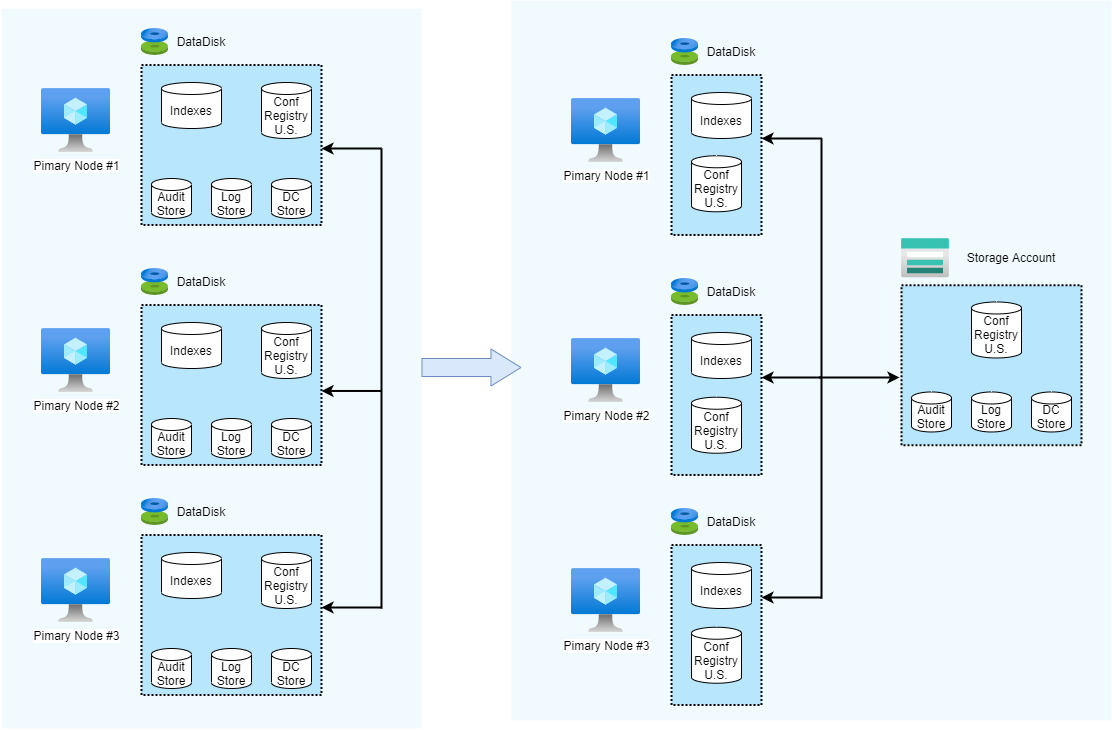
Before: images/S4A_Storage.png, a diagram exported from draw.io (sinequa/SinequaForAzure). Source tidied: cells renumbered, new cells last; positions are measured from the earlier drawing's top-left corner, leaving out a move shared by most shapes.
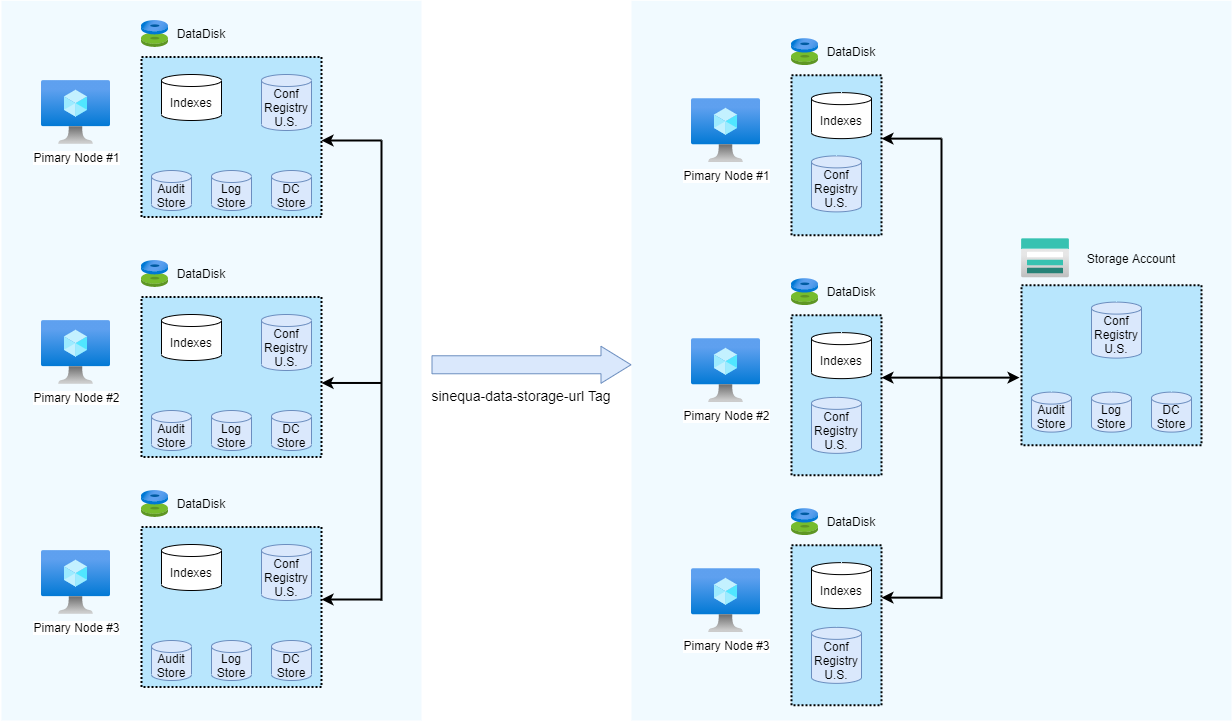
Above is the later version.

What changed in the source:
```diff
@@ -3,7 +3,7 @@
     <mxCell id="0" />
     <mxCell id="1" parent="0" />
     <mxCell id="2" style="rounded=0;whiteSpace=wrap;html=1;labelBackgroundColor=none;dashed=1;strokeWidth=2;fillColor=#F1FAFF;dashPattern=1 1;strokeColor=none;" parent="1" vertex="1">
-      <mxGeometry x="510" y="0.1" width="600" height="719.7" as="geometry" />
+      <mxGeometry x="630" y="8.3" width="600" height="719.7" as="geometry" />
     </mxCell>
     <mxCell id="3" style="rounded=0;whiteSpace=wrap;html=1;labelBackgroundColor=none;dashed=1;strokeWidth=2;fillColor=#F1FAFF;dashPattern=1 1;strokeColor=none;" parent="1" vertex="1">
       <mxGeometry y="8.3" width="420" height="719.7" as="geometry" />
@@ -23,16 +23,16 @@
     <mxCell id="8" value="Indexes" style="shape=cylinder3;whiteSpace=wrap;html=1;boundedLbl=1;backgroundOutline=1;size=6;" parent="1" vertex="1">
       <mxGeometry x="160" y="82" width="60" height="46" as="geometry" />
     </mxCell>
-    <mxCell id="9" value="Conf&lt;br&gt;Registry&lt;br&gt;U.S." style="shape=cylinder3;whiteSpace=wrap;html=1;boundedLbl=1;backgroundOutline=1;size=6;" parent="1" vertex="1">
+    <mxCell id="9" value="Conf&lt;br&gt;Registry&lt;br&gt;U.S." style="shape=cylinder3;whiteSpace=wrap;html=1;boundedLbl=1;backgroundOutline=1;size=6;fillColor=#dae8fc;strokeColor=#6c8ebf;" parent="1" vertex="1">
       <mxGeometry x="260" y="82" width="50" height="56" as="geometry" />
     </mxCell>
-    <mxCell id="10" value="Audit&lt;br&gt;Store" style="shape=cylinder3;whiteSpace=wrap;html=1;boundedLbl=1;backgroundOutline=1;size=6;" parent="1" vertex="1">
+    <mxCell id="10" value="Audit&lt;br&gt;Store" style="shape=cylinder3;whiteSpace=wrap;html=1;boundedLbl=1;backgroundOutline=1;size=6;fillColor=#dae8fc;strokeColor=#6c8ebf;" parent="1" vertex="1">
       <mxGeometry x="150" y="178" width="40" height="40" as="geometry" />
     </mxCell>
-    <mxCell id="11" value="Log&lt;br&gt;Store" style="shape=cylinder3;whiteSpace=wrap;html=1;boundedLbl=1;backgroundOutline=1;size=6;" parent="1" vertex="1">
+    <mxCell id="11" value="Log&lt;br&gt;Store" style="shape=cylinder3;whiteSpace=wrap;html=1;boundedLbl=1;backgroundOutline=1;size=6;fillColor=#dae8fc;strokeColor=#6c8ebf;" parent="1" vertex="1">
       <mxGeometry x="210" y="178" width="40" height="40" as="geometry" />
     </mxCell>
-    <mxCell id="12" value="DC&lt;br&gt;Store" style="shape=cylinder3;whiteSpace=wrap;html=1;boundedLbl=1;backgroundOutline=1;size=6;" parent="1" vertex="1">
+    <mxCell id="12" value="DC&lt;br&gt;Store" style="shape=cylinder3;whiteSpace=wrap;html=1;boundedLbl=1;backgroundOutline=1;size=6;fillColor=#dae8fc;strokeColor=#6c8ebf;" parent="1" vertex="1">
       <mxGeometry x="270" y="178" width="40" height="40" as="geometry" />
     </mxCell>
     <mxCell id="13" value="Pimary Node #2" style="html=1;align=center;image;fontSize=12;image=img/lib/azure2/compute/Virtual_Machine.svg;" parent="1" vertex="1">
@@ -50,16 +50,16 @@
     <mxCell id="17" value="Indexes" style="shape=cylinder3;whiteSpace=wrap;html=1;boundedLbl=1;backgroundOutline=1;size=6;" parent="1" vertex="1">
       <mxGeometry x="160" y="322" width="60" height="46" as="geometry" />
     </mxCell>
-    <mxCell id="18" value="Conf&lt;br&gt;Registry&lt;br&gt;U.S." style="shape=cylinder3;whiteSpace=wrap;html=1;boundedLbl=1;backgroundOutline=1;size=6;" parent="1" vertex="1">
+    <mxCell id="18" value="Conf&lt;br&gt;Registry&lt;br&gt;U.S." style="shape=cylinder3;whiteSpace=wrap;html=1;boundedLbl=1;backgroundOutline=1;size=6;fillColor=#dae8fc;strokeColor=#6c8ebf;" parent="1" vertex="1">
       <mxGeometry x="260" y="322" width="50" height="56" as="geometry" />
     </mxCell>
-    <mxCell id="19" value="Audit&lt;br&gt;Store" style="shape=cylinder3;whiteSpace=wrap;html=1;boundedLbl=1;backgroundOutline=1;size=6;" parent="1" vertex="1">
+    <mxCell id="19" value="Audit&lt;br&gt;Store" style="shape=cylinder3;whiteSpace=wrap;html=1;boundedLbl=1;backgroundOutline=1;size=6;fillColor=#dae8fc;strokeColor=#6c8ebf;" parent="1" vertex="1">
       <mxGeometry x="150" y="418" width="40" height="40" as="geometry" />
     </mxCell>
-    <mxCell id="20" value="Log&lt;br&gt;Store" style="shape=cylinder3;whiteSpace=wrap;html=1;boundedLbl=1;backgroundOutline=1;size=6;" parent="1" vertex="1">
+    <mxCell id="20" value="Log&lt;br&gt;Store" style="shape=cylinder3;whiteSpace=wrap;html=1;boundedLbl=1;backgroundOutline=1;size=6;fillColor=#dae8fc;strokeColor=#6c8ebf;" parent="1" vertex="1">
       <mxGeometry x="210" y="418" width="40" height="40" as="geometry" />
     </mxCell>
-    <mxCell id="21" value="DC&lt;br&gt;Store" style="shape=cylinder3;whiteSpace=wrap;html=1;boundedLbl=1;backgroundOutline=1;size=6;" parent="1" vertex="1">
+    <mxCell id="21" value="DC&lt;br&gt;Store" style="shape=cylinder3;whiteSpace=wrap;html=1;boundedLbl=1;backgroundOutline=1;size=6;fillColor=#dae8fc;strokeColor=#6c8ebf;" parent="1" vertex="1">
       <mxGeometry x="270" y="418" width="40" height="40" as="geometry" />
     </mxCell>
     <mxCell id="22" value="Pimary Node #3" style="html=1;align=center;image;fontSize=12;image=img/lib/azure2/compute/Virtual_Machine.svg;" parent="1" vertex="1">
@@ -77,98 +77,98 @@
     <mxCell id="26" value="Indexes" style="shape=cylinder3;whiteSpace=wrap;html=1;boundedLbl=1;backgroundOutline=1;size=6;" parent="1" vertex="1">
       <mxGeometry x="160" y="552" width="60" height="46" as="geometry" />
     </mxCell>
-    <mxCell id="27" value="Conf&lt;br&gt;Registry&lt;br&gt;U.S." style="shape=cylinder3;whiteSpace=wrap;html=1;boundedLbl=1;backgroundOutline=1;size=6;" parent="1" vertex="1">
+    <mxCell id="27" value="Conf&lt;br&gt;Registry&lt;br&gt;U.S." style="shape=cylinder3;whiteSpace=wrap;html=1;boundedLbl=1;backgroundOutline=1;size=6;fillColor=#dae8fc;strokeColor=#6c8ebf;" parent="1" vertex="1">
       <mxGeometry x="260" y="552" width="50" height="56" as="geometry" />
     </mxCell>
-    <mxCell id="28" value="Audit&lt;br&gt;Store" style="shape=cylinder3;whiteSpace=wrap;html=1;boundedLbl=1;backgroundOutline=1;size=6;" parent="1" vertex="1">
+    <mxCell id="28" value="Audit&lt;br&gt;Store" style="shape=cylinder3;whiteSpace=wrap;html=1;boundedLbl=1;backgroundOutline=1;size=6;fillColor=#dae8fc;strokeColor=#6c8ebf;" parent="1" vertex="1">
       <mxGeometry x="150" y="648" width="40" height="40" as="geometry" />
     </mxCell>
-    <mxCell id="29" value="Log&lt;br&gt;Store" style="shape=cylinder3;whiteSpace=wrap;html=1;boundedLbl=1;backgroundOutline=1;size=6;" parent="1" vertex="1">
+    <mxCell id="29" value="Log&lt;br&gt;Store" style="shape=cylinder3;whiteSpace=wrap;html=1;boundedLbl=1;backgroundOutline=1;size=6;fillColor=#dae8fc;strokeColor=#6c8ebf;" parent="1" vertex="1">
       <mxGeometry x="210" y="648" width="40" height="40" as="geometry" />
     </mxCell>
-    <mxCell id="30" value="DC&lt;br&gt;Store" style="shape=cylinder3;whiteSpace=wrap;html=1;boundedLbl=1;backgroundOutline=1;size=6;" parent="1" vertex="1">
+    <mxCell id="30" value="DC&lt;br&gt;Store" style="shape=cylinder3;whiteSpace=wrap;html=1;boundedLbl=1;backgroundOutline=1;size=6;fillColor=#dae8fc;strokeColor=#6c8ebf;" parent="1" vertex="1">
       <mxGeometry x="270" y="648" width="40" height="40" as="geometry" />
     </mxCell>
     <mxCell id="31" style="shape=flexArrow;endArrow=classic;html=1;strokeColor=#6c8ebf;endWidth=18;endSize=9.67;width=18;fillColor=#dae8fc;" parent="1" edge="1">
       <mxGeometry relative="1" as="geometry">
-        <mxPoint x="420" y="367" as="sourcePoint" />
-        <mxPoint x="520" y="367" as="targetPoint" />
+        <mxPoint x="430" y="372.3" as="sourcePoint" />
+        <mxPoint x="630" y="372.3" as="targetPoint" />
       </mxGeometry>
     </mxCell>
     <mxCell id="32" value="Pimary Node #1" style="html=1;align=center;image;fontSize=12;image=img/lib/azure2/compute/Virtual_Machine.svg;" parent="1" vertex="1">
-      <mxGeometry x="570" y="98" width="69" height="64" as="geometry" />
+      <mxGeometry x="690" y="106.1" width="69" height="64" as="geometry" />
     </mxCell>
     <mxCell id="33" style="html=1;align=center;image;fontSize=12;image=img/lib/azure2/compute/Disks.svg;" parent="1" vertex="1">
-      <mxGeometry x="670" y="38" width="27" height="26.5" as="geometry" />
+      <mxGeometry x="790" y="46.1" width="27" height="26.5" as="geometry" />
     </mxCell>
     <mxCell id="34" style="whiteSpace=wrap;html=1;shadow=0;strokeColor=#000000;strokeWidth=2;imageAspect=1;perimeter=rectanglePerimeter;comic=0;fillColor=#B8E6FD;dashed=1;dashPattern=1 1;" parent="1" vertex="1">
-      <mxGeometry x="670" y="74.5" width="90" height="160" as="geometry" />
+      <mxGeometry x="790" y="82.7" width="90" height="160" as="geometry" />
     </mxCell>
     <mxCell id="35" value="DataDisk" style="text;html=1;strokeColor=none;fillColor=none;align=center;verticalAlign=middle;whiteSpace=wrap;rounded=0;" parent="1" vertex="1">
-      <mxGeometry x="710" y="41.3" width="40" height="20" as="geometry" />
+      <mxGeometry x="830" y="49.4" width="40" height="20" as="geometry" />
     </mxCell>
     <mxCell id="36" value="Indexes" style="shape=cylinder3;whiteSpace=wrap;html=1;boundedLbl=1;backgroundOutline=1;size=6;" parent="1" vertex="1">
-      <mxGeometry x="690" y="92" width="60" height="46" as="geometry" />
+      <mxGeometry x="810" y="100.1" width="60" height="46" as="geometry" />
     </mxCell>
-    <mxCell id="37" value="Conf&lt;br&gt;Registry&lt;br&gt;U.S." style="shape=cylinder3;whiteSpace=wrap;html=1;boundedLbl=1;backgroundOutline=1;size=6;" parent="1" vertex="1">
-      <mxGeometry x="690" y="155.3" width="50" height="56" as="geometry" />
+    <mxCell id="37" value="Conf&lt;br&gt;Registry&lt;br&gt;U.S." style="shape=cylinder3;whiteSpace=wrap;html=1;boundedLbl=1;backgroundOutline=1;size=6;fillColor=#dae8fc;strokeColor=#6c8ebf;" parent="1" vertex="1">
+      <mxGeometry x="810" y="163.4" width="50" height="56" as="geometry" />
     </mxCell>
     <mxCell id="38" value="Pimary Node #2" style="html=1;align=center;image;fontSize=12;image=img/lib/azure2/compute/Virtual_Machine.svg;" parent="1" vertex="1">
-      <mxGeometry x="570" y="338" width="69" height="64" as="geometry" />
+      <mxGeometry x="690" y="346.1" width="69" height="64" as="geometry" />
     </mxCell>
     <mxCell id="39" style="html=1;align=center;image;fontSize=12;image=img/lib/azure2/compute/Disks.svg;" parent="1" vertex="1">
-      <mxGeometry x="670" y="278" width="27" height="26.5" as="geometry" />
+      <mxGeometry x="790" y="286.1" width="27" height="26.5" as="geometry" />
     </mxCell>
     <mxCell id="40" style="whiteSpace=wrap;html=1;shadow=0;strokeColor=#000000;strokeWidth=2;imageAspect=1;perimeter=rectanglePerimeter;comic=0;fillColor=#B8E6FD;dashed=1;dashPattern=1 1;" parent="1" vertex="1">
-      <mxGeometry x="670" y="314.5" width="90" height="160" as="geometry" />
+      <mxGeometry x="790" y="322.7" width="90" height="160" as="geometry" />
     </mxCell>
     <mxCell id="41" value="DataDisk" style="text;html=1;strokeColor=none;fillColor=none;align=center;verticalAlign=middle;whiteSpace=wrap;rounded=0;" parent="1" vertex="1">
-      <mxGeometry x="710" y="281.3" width="40" height="20" as="geometry" />
+      <mxGeometry x="830" y="289.4" width="40" height="20" as="geometry" />
     </mxCell>
     <mxCell id="42" value="Indexes" style="shape=cylinder3;whiteSpace=wrap;html=1;boundedLbl=1;backgroundOutline=1;size=6;" parent="1" vertex="1">
-      <mxGeometry x="690" y="332" width="60" height="46" as="geometry" />
+      <mxGeometry x="810" y="340.1" width="60" height="46" as="geometry" />
     </mxCell>
-    <mxCell id="43" value="Conf&lt;br&gt;Registry&lt;br&gt;U.S." style="shape=cylinder3;whiteSpace=wrap;html=1;boundedLbl=1;backgroundOutline=1;size=6;" parent="1" vertex="1">
-      <mxGeometry x="690" y="396.7" width="50" height="56" as="geometry" />
+    <mxCell id="43" value="Conf&lt;br&gt;Registry&lt;br&gt;U.S." style="shape=cylinder3;whiteSpace=wrap;html=1;boundedLbl=1;backgroundOutline=1;size=6;fillColor=#dae8fc;strokeColor=#6c8ebf;" parent="1" vertex="1">
+      <mxGeometry x="810" y="404.9" width="50" height="56" as="geometry" />
     </mxCell>
     <mxCell id="44" value="Pimary Node #3" style="html=1;align=center;image;fontSize=12;image=img/lib/azure2/compute/Virtual_Machine.svg;" parent="1" vertex="1">
-      <mxGeometry x="570" y="568" width="69" height="64" as="geometry" />
+      <mxGeometry x="690" y="576.1" width="69" height="64" as="geometry" />
     </mxCell>
     <mxCell id="45" style="html=1;align=center;image;fontSize=12;image=img/lib/azure2/compute/Disks.svg;" parent="1" vertex="1">
-      <mxGeometry x="670" y="508" width="27" height="26.5" as="geometry" />
+      <mxGeometry x="790" y="516.1" width="27" height="26.5" as="geometry" />
     </mxCell>
     <mxCell id="46" style="whiteSpace=wrap;html=1;shadow=0;strokeColor=#000000;strokeWidth=2;imageAspect=1;perimeter=rectanglePerimeter;comic=0;fillColor=#B8E6FD;dashed=1;dashPattern=1 1;" parent="1" vertex="1">
-      <mxGeometry x="670" y="544.5" width="90" height="160" as="geometry" />
+      <mxGeometry x="790" y="552.7" width="90" height="160" as="geometry" />
     </mxCell>
     <mxCell id="47" value="DataDisk" style="text;html=1;strokeColor=none;fillColor=none;align=center;verticalAlign=middle;whiteSpace=wrap;rounded=0;" parent="1" vertex="1">
-      <mxGeometry x="710" y="511.3" width="40" height="20" as="geometry" />
+      <mxGeometry x="830" y="519.4" width="40" height="20" as="geometry" />
     </mxCell>
     <mxCell id="48" value="Indexes" style="shape=cylinder3;whiteSpace=wrap;html=1;boundedLbl=1;backgroundOutline=1;size=6;" parent="1" vertex="1">
-      <mxGeometry x="690" y="562" width="60" height="46" as="geometry" />
+      <mxGeometry x="810" y="570.1" width="60" height="46" as="geometry" />
     </mxCell>
-    <mxCell id="49" value="Conf&lt;br&gt;Registry&lt;br&gt;U.S." style="shape=cylinder3;whiteSpace=wrap;html=1;boundedLbl=1;backgroundOutline=1;size=6;" parent="1" vertex="1">
-      <mxGeometry x="690" y="626.7" width="50" height="56" as="geometry" />
+    <mxCell id="49" value="Conf&lt;br&gt;Registry&lt;br&gt;U.S." style="shape=cylinder3;whiteSpace=wrap;html=1;boundedLbl=1;backgroundOutline=1;size=6;fillColor=#dae8fc;strokeColor=#6c8ebf;" parent="1" vertex="1">
+      <mxGeometry x="810" y="634.9" width="50" height="56" as="geometry" />
     </mxCell>
     <mxCell id="50" style="html=1;align=center;image;fontSize=12;image=img/lib/azure2/storage/Storage_Accounts.svg;dashed=1;dashPattern=1 1;labelBackgroundColor=none;strokeColor=#919394;strokeWidth=2;fillColor=#B8E6FD;" parent="1" vertex="1">
-      <mxGeometry x="900" y="238.2" width="48.1" height="38.5" as="geometry" />
+      <mxGeometry x="1020" y="246.3" width="48.1" height="38.5" as="geometry" />
     </mxCell>
     <mxCell id="51" style="whiteSpace=wrap;html=1;shadow=0;strokeColor=#000000;strokeWidth=2;imageAspect=1;perimeter=rectanglePerimeter;comic=0;fillColor=#B8E6FD;dashed=1;dashPattern=1 1;" parent="1" vertex="1">
-      <mxGeometry x="900" y="284.7" width="180" height="160" as="geometry" />
+      <mxGeometry x="1020" y="292.9" width="180" height="160" as="geometry" />
     </mxCell>
-    <mxCell id="52" value="Conf&lt;br&gt;Registry&lt;br&gt;U.S." style="shape=cylinder3;whiteSpace=wrap;html=1;boundedLbl=1;backgroundOutline=1;size=6;" parent="1" vertex="1">
-      <mxGeometry x="970" y="301.5" width="50" height="56" as="geometry" />
+    <mxCell id="52" value="Conf&lt;br&gt;Registry&lt;br&gt;U.S." style="shape=cylinder3;whiteSpace=wrap;html=1;boundedLbl=1;backgroundOutline=1;size=6;fillColor=#dae8fc;strokeColor=#6c8ebf;" parent="1" vertex="1">
+      <mxGeometry x="1090" y="309.6" width="50" height="56" as="geometry" />
     </mxCell>
-    <mxCell id="53" value="Audit&lt;br&gt;Store" style="shape=cylinder3;whiteSpace=wrap;html=1;boundedLbl=1;backgroundOutline=1;size=6;" parent="1" vertex="1">
-      <mxGeometry x="910" y="391.5" width="40" height="40" as="geometry" />
+    <mxCell id="53" value="Audit&lt;br&gt;Store" style="shape=cylinder3;whiteSpace=wrap;html=1;boundedLbl=1;backgroundOutline=1;size=6;fillColor=#dae8fc;strokeColor=#6c8ebf;" parent="1" vertex="1">
+      <mxGeometry x="1030" y="399.6" width="40" height="40" as="geometry" />
     </mxCell>
-    <mxCell id="54" value="Log&lt;br&gt;Store" style="shape=cylinder3;whiteSpace=wrap;html=1;boundedLbl=1;backgroundOutline=1;size=6;" parent="1" vertex="1">
-      <mxGeometry x="970" y="391.5" width="40" height="40" as="geometry" />
+    <mxCell id="54" value="Log&lt;br&gt;Store" style="shape=cylinder3;whiteSpace=wrap;html=1;boundedLbl=1;backgroundOutline=1;size=6;fillColor=#dae8fc;strokeColor=#6c8ebf;" parent="1" vertex="1">
+      <mxGeometry x="1090" y="399.6" width="40" height="40" as="geometry" />
     </mxCell>
-    <mxCell id="55" value="DC&lt;br&gt;Store" style="shape=cylinder3;whiteSpace=wrap;html=1;boundedLbl=1;backgroundOutline=1;size=6;" parent="1" vertex="1">
-      <mxGeometry x="1030" y="391.5" width="40" height="40" as="geometry" />
+    <mxCell id="55" value="DC&lt;br&gt;Store" style="shape=cylinder3;whiteSpace=wrap;html=1;boundedLbl=1;backgroundOutline=1;size=6;fillColor=#dae8fc;strokeColor=#6c8ebf;" parent="1" vertex="1">
+      <mxGeometry x="1150" y="399.6" width="40" height="40" as="geometry" />
     </mxCell>
     <mxCell id="56" value="Storage Account" style="text;html=1;strokeColor=none;fillColor=none;align=center;verticalAlign=middle;whiteSpace=wrap;rounded=0;" parent="1" vertex="1">
-      <mxGeometry x="960" y="247.5" width="100" height="20" as="geometry" />
+      <mxGeometry x="1080" y="255.6" width="100" height="20" as="geometry" />
     </mxCell>
     <mxCell id="57" style="endArrow=none;html=1;strokeColor=#000000;strokeWidth=2;" parent="1" edge="1">
       <mxGeometry relative="1" as="geometry">
@@ -196,33 +196,36 @@
     </mxCell>
     <mxCell id="61" style="endArrow=none;html=1;strokeColor=#000000;strokeWidth=2;" parent="1" edge="1">
       <mxGeometry relative="1" as="geometry">
-        <mxPoint x="820" y="598" as="sourcePoint" />
-        <mxPoint x="820" y="138" as="targetPoint" />
+        <mxPoint x="940" y="606.1" as="sourcePoint" />
+        <mxPoint x="940" y="146.1" as="targetPoint" />
       </mxGeometry>
     </mxCell>
     <mxCell id="62" style="endArrow=classic;html=1;strokeColor=#000000;strokeWidth=2;" parent="1" edge="1">
       <mxGeometry relative="1" as="geometry">
-        <mxPoint x="820" y="138" as="sourcePoint" />
-        <mxPoint x="760" y="138" as="targetPoint" />
+        <mxPoint x="940" y="146.1" as="sourcePoint" />
+        <mxPoint x="880" y="146.1" as="targetPoint" />
       </mxGeometry>
     </mxCell>
     <mxCell id="63" style="endArrow=classic;html=1;strokeColor=#000000;strokeWidth=2;" parent="1" edge="1">
       <mxGeometry relative="1" as="geometry">
-        <mxPoint x="820" y="377" as="sourcePoint" />
-        <mxPoint x="760" y="377" as="targetPoint" />
+        <mxPoint x="940" y="385.1" as="sourcePoint" />
+        <mxPoint x="880" y="385.1" as="targetPoint" />
       </mxGeometry>
     </mxCell>
     <mxCell id="64" style="endArrow=classic;html=1;strokeColor=#000000;strokeWidth=2;" parent="1" edge="1">
       <mxGeometry relative="1" as="geometry">
-        <mxPoint x="820" y="597" as="sourcePoint" />
-        <mxPoint x="760" y="597" as="targetPoint" />
+        <mxPoint x="940" y="605.1" as="sourcePoint" />
+        <mxPoint x="880" y="605.1" as="targetPoint" />
       </mxGeometry>
     </mxCell>
     <mxCell id="65" style="endArrow=classic;html=1;strokeColor=#000000;strokeWidth=2;" parent="1" edge="1">
       <mxGeometry relative="1" as="geometry">
-        <mxPoint x="818" y="377" as="sourcePoint" />
-        <mxPoint x="898" y="377" as="targetPoint" />
+        <mxPoint x="938" y="385.1" as="sourcePoint" />
+        <mxPoint x="1018" y="385.1" as="targetPoint" />
       </mxGeometry>
     </mxCell>
+    <mxCell id="66" value="sinequa-data-storage-url Tag" style="text;strokeColor=none;fillColor=none;align=center;verticalAlign=middle;whiteSpace=wrap;rounded=0;fontSize=14;" parent="1" vertex="1">
+      <mxGeometry x="420" y="392.7" width="200" height="20" as="geometry" />
+    </mxCell>
   </root>
 </mxGraphModel>
```
